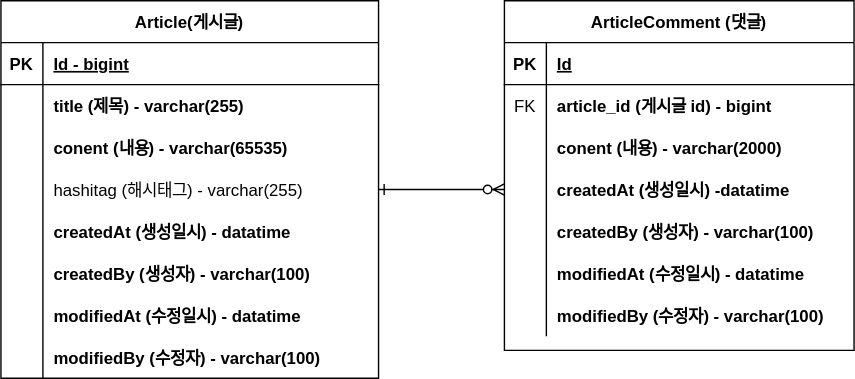
This is document/project-board-erd.svg from EunjoungAhn/board-project, a draw.io export, as it was before one commit. Source tidied: cells renumbered, new cells last; positions are measured from the earlier drawing's top-left corner, leaving out a move shared by most shapes.
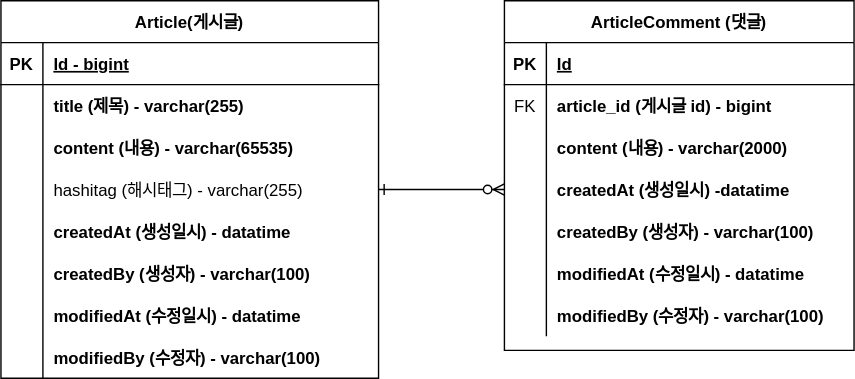
Later version of the same file.

Commit message:
#8 - 오타 수정 : project-board-erd.svg 업데이트

Change to the diagram source:
```diff
@@ -32,7 +32,7 @@
     <mxCell id="11" style="shape=partialRectangle;overflow=hidden;fillColor=none;top=0;left=0;bottom=0;right=0;" parent="10" vertex="1">
       <mxGeometry width="30" height="30" as="geometry" />
     </mxCell>
-    <mxCell id="12" value="conent (내용) - varchar(2000)" style="shape=partialRectangle;overflow=hidden;fillColor=none;top=0;left=0;bottom=0;right=0;align=left;spacingLeft=6;fontStyle=1;" parent="10" vertex="1">
+    <mxCell id="12" value="content (내용) - varchar(2000)" style="shape=partialRectangle;overflow=hidden;fillColor=none;top=0;left=0;bottom=0;right=0;align=left;spacingLeft=6;fontStyle=1;" parent="10" vertex="1">
       <mxGeometry x="30" width="220" height="30" as="geometry" />
     </mxCell>
     <mxCell id="13" style="shape=partialRectangle;fillColor=none;points=[[0,0.5],[1,0.5]];portConstraint=eastwest;top=0;left=0;right=0;bottom=0;" parent="3" vertex="1">
@@ -98,7 +98,7 @@
     <mxCell id="33" style="shape=partialRectangle;overflow=hidden;fillColor=none;top=0;left=0;bottom=0;right=0;" parent="32" vertex="1">
       <mxGeometry width="30" height="30" as="geometry" />
     </mxCell>
-    <mxCell id="34" value="conent (내용) - varchar(65535)" style="shape=partialRectangle;overflow=hidden;fillColor=none;top=0;left=0;bottom=0;right=0;align=left;spacingLeft=6;fontStyle=1;" parent="32" vertex="1">
+    <mxCell id="34" value="content (내용) - varchar(65535)" style="shape=partialRectangle;overflow=hidden;fillColor=none;top=0;left=0;bottom=0;right=0;align=left;spacingLeft=6;fontStyle=1;" parent="32" vertex="1">
       <mxGeometry x="30" width="240" height="30" as="geometry" />
     </mxCell>
     <mxCell id="35" style="shape=partialRectangle;fillColor=none;points=[[0,0.5],[1,0.5]];portConstraint=eastwest;top=0;left=0;right=0;bottom=0;" parent="25" vertex="1">
```
